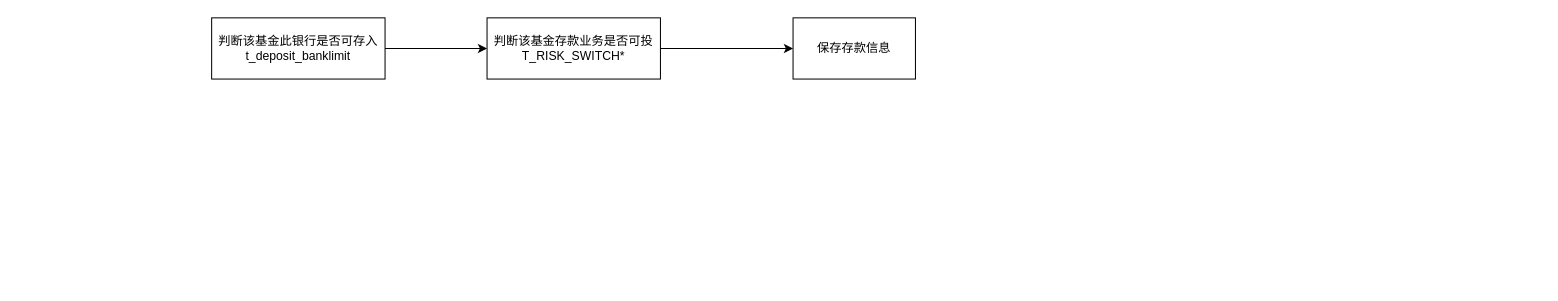
happinessandlove/Pic keeps this draw.io diagram as drawio/定存保存投资交易端逻辑.drawio. Above is the earlier version. Source tidied: cells renumbered, new cells numbered last; positions are measured from the earlier drawing's top-left corner, leaving out a move shared by most shapes. Both pictures are drawn from the tidied source at 102%, with x=0, y=0 at pixel (211, 17).
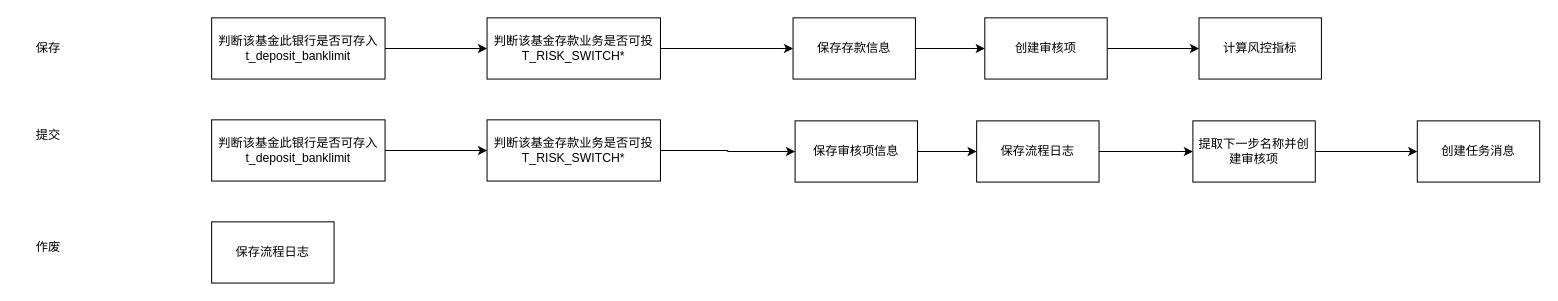
Above is the later version.

Commit message (it also covers changes not shown here):
更新定存保存投资交易端逻辑.drawio

The change refers to these unchanged cells:
```xml
<mxCell id="6" value="保存存款信息" style="rounded=0;whiteSpace=wrap;html=1;" parent="1" vertex="1">
  <mxGeometry x="570" width="120" height="60" as="geometry" />
</mxCell>
```

What changed in the source:
```diff
@@
+    <mxCell id="7" style="edgeStyle=orthogonalEdgeStyle;rounded=0;jettySize=auto;html=1;" parent="1" edge="1" source="6" target="9">
+      <mxGeometry relative="1" as="geometry" />
+    </mxCell>
@@
+    <mxCell id="8" style="edgeStyle=orthogonalEdgeStyle;rounded=0;jettySize=auto;html=1;" parent="1" edge="1" source="9" target="10">
+      <mxGeometry relative="1" as="geometry" />
+    </mxCell>
+    <mxCell id="9" value="创建审核项" style="rounded=0;whiteSpace=wrap;html=1;" parent="1" vertex="1">
+      <mxGeometry x="758" width="120" height="60" as="geometry" />
+    </mxCell>
+    <mxCell id="10" value="计算风控指标" style="rounded=0;whiteSpace=wrap;html=1;" parent="1" vertex="1">
+      <mxGeometry x="968" width="120" height="60" as="geometry" />
+    </mxCell>
+    <mxCell id="11" value="保存" style="text;html=1;strokeColor=none;fillColor=none;align=center;verticalAlign=middle;whiteSpace=wrap;rounded=0;" parent="1" vertex="1">
+      <mxGeometry x="-190" y="15" width="60" height="30" as="geometry" />
+    </mxCell>
+    <mxCell id="12" value="提交" style="text;html=1;strokeColor=none;fillColor=none;align=center;verticalAlign=middle;whiteSpace=wrap;rounded=0;" parent="1" vertex="1">
+      <mxGeometry x="-190" y="100" width="60" height="30" as="geometry" />
+    </mxCell>
+    <mxCell id="13" style="edgeStyle=orthogonalEdgeStyle;rounded=0;jettySize=auto;html=1;" parent="1" edge="1" source="14" target="18">
+      <mxGeometry relative="1" as="geometry" />
+    </mxCell>
+    <mxCell id="14" value="判断该基金存款业务是否可投&lt;br&gt;T_RISK_SWITCH*" style="rounded=0;whiteSpace=wrap;html=1;" parent="1" vertex="1">
+      <mxGeometry x="270" y="100" width="170" height="60" as="geometry" />
+    </mxCell>
+    <mxCell id="15" style="edgeStyle=orthogonalEdgeStyle;rounded=0;jettySize=auto;html=1;" parent="1" edge="1" source="16" target="14">
+      <mxGeometry relative="1" as="geometry" />
+    </mxCell>
+    <mxCell id="16" value="判断该基金此银行是否可存入&lt;br&gt;t_deposit_banklimit" style="rounded=0;whiteSpace=wrap;html=1;" parent="1" vertex="1">
+      <mxGeometry y="100" width="170" height="60" as="geometry" />
+    </mxCell>
+    <mxCell id="17" style="edgeStyle=orthogonalEdgeStyle;rounded=0;jettySize=auto;html=1;" parent="1" edge="1" source="18" target="20">
+      <mxGeometry relative="1" as="geometry" />
+    </mxCell>
+    <mxCell id="18" value="保存审核项信息" style="rounded=0;whiteSpace=wrap;html=1;" parent="1" vertex="1">
+      <mxGeometry x="572" y="101" width="120" height="60" as="geometry" />
+    </mxCell>
+    <mxCell id="19" style="edgeStyle=orthogonalEdgeStyle;rounded=0;jettySize=auto;html=1;" parent="1" edge="1" source="20" target="22">
+      <mxGeometry relative="1" as="geometry" />
+    </mxCell>
+    <mxCell id="20" value="保存流程日志" style="rounded=0;whiteSpace=wrap;html=1;" parent="1" vertex="1">
+      <mxGeometry x="750" y="101" width="120" height="60" as="geometry" />
+    </mxCell>
+    <mxCell id="21" style="edgeStyle=orthogonalEdgeStyle;rounded=0;jettySize=auto;html=1;" parent="1" edge="1" source="22" target="23">
+      <mxGeometry relative="1" as="geometry" />
+    </mxCell>
+    <mxCell id="22" value="提取下一步名称并创建审核项" style="rounded=0;whiteSpace=wrap;html=1;" parent="1" vertex="1">
+      <mxGeometry x="962" y="101" width="120" height="60" as="geometry" />
+    </mxCell>
+    <mxCell id="23" value="创建任务消息" style="rounded=0;whiteSpace=wrap;html=1;" parent="1" vertex="1">
+      <mxGeometry x="1182" y="101" width="120" height="60" as="geometry" />
+    </mxCell>
+    <mxCell id="24" value="作废" style="text;html=1;strokeColor=none;fillColor=none;align=center;verticalAlign=middle;whiteSpace=wrap;rounded=0;" parent="1" vertex="1">
+      <mxGeometry x="-190" y="210" width="60" height="30" as="geometry" />
+    </mxCell>
+    <mxCell id="25" value="保存流程日志" style="rounded=0;whiteSpace=wrap;html=1;" parent="1" vertex="1">
+      <mxGeometry y="200" width="120" height="60" as="geometry" />
+    </mxCell>
```
